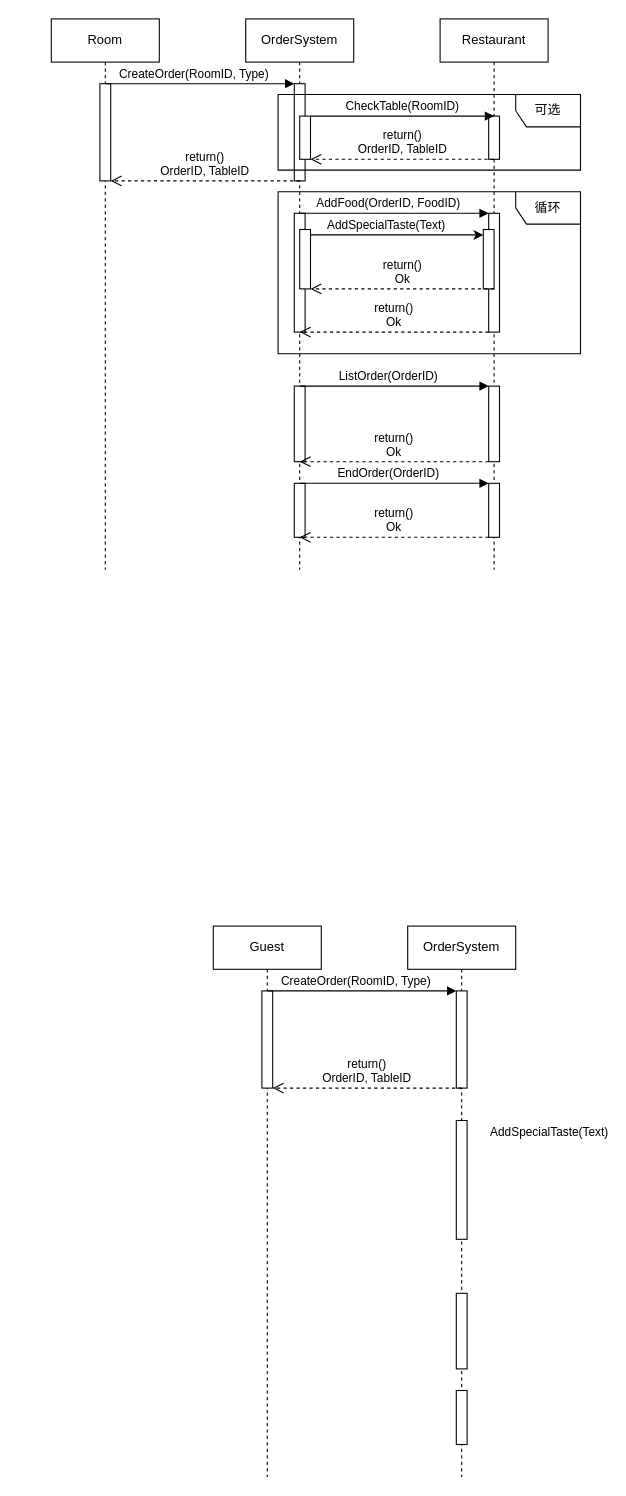
Earlier version of the draw.io diagram 餐饮SSD.drawio (lyhkk/Test). Source tidied: cells renumbered, new cells numbered last; positions are measured from the earlier drawing's top-left corner, leaving out a move shared by most shapes. Both pictures are drawn from the tidied source at 108%, with x=0, y=0 at pixel (51, 18).
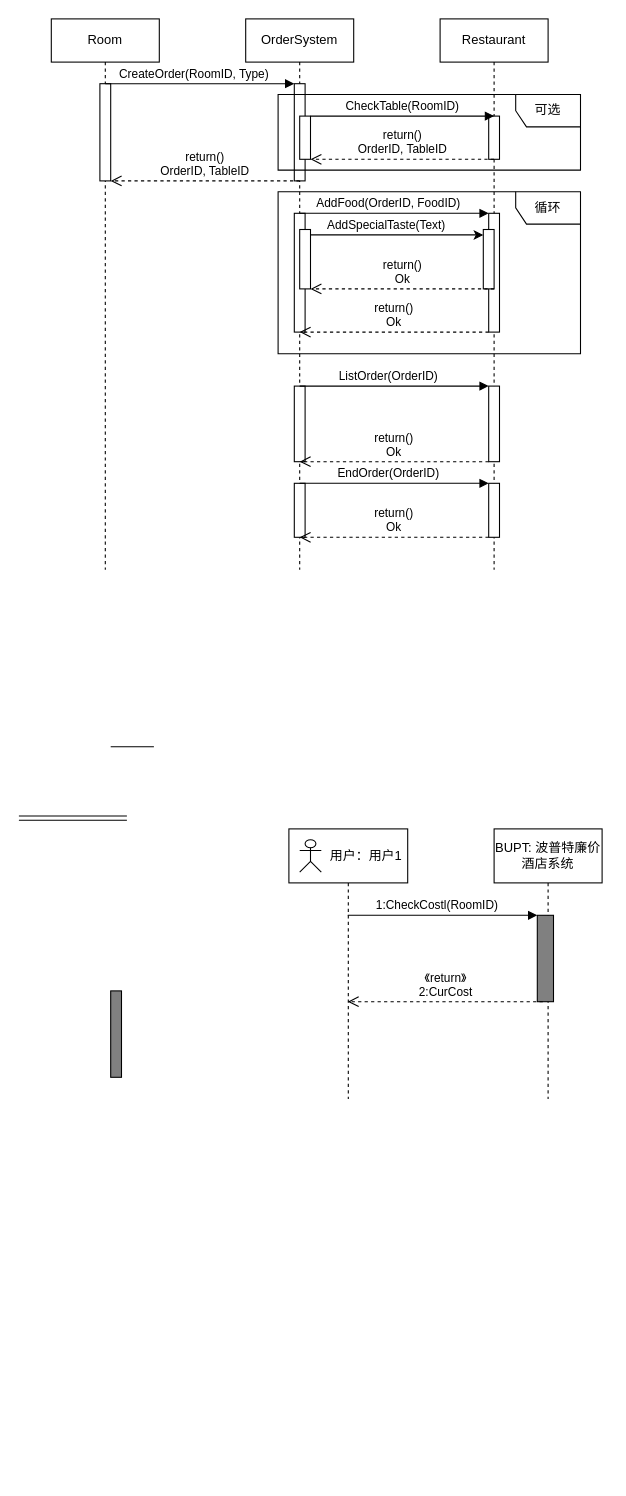
Above is the later version.

Change to the diagram source:
```diff
@@
-    <mxCell id="32" value="Guest" style="shape=umlLifeline;perimeter=lifelinePerimeter;whiteSpace=wrap;html=1;outlineConnect=0;portConstraint=eastwest;newEdgeStyle={&quot;edgeStyle&quot;:&quot;elbowEdgeStyle&quot;,&quot;elbow&quot;:&quot;vertical&quot;,&quot;curved&quot;:0,&quot;rounded&quot;:0};" parent="1" vertex="1">
-      <mxGeometry x="150" y="840" width="100" height="510" as="geometry" />
+    <mxCell id="32" value="&amp;nbsp; &amp;nbsp; &amp;nbsp; &amp;nbsp; &amp;nbsp; 用户：用户1" style="shape=umlLifeline;perimeter=lifelinePerimeter;whiteSpace=wrap;html=1;outlineConnect=0;portConstraint=eastwest;newEdgeStyle={&quot;edgeStyle&quot;:&quot;elbowEdgeStyle&quot;,&quot;elbow&quot;:&quot;vertical&quot;,&quot;curved&quot;:0,&quot;rounded&quot;:0};size=50;" parent="1" vertex="1">
+      <mxGeometry x="220" y="750" width="110" height="250" as="geometry" />
     </mxCell>
-    <mxCell id="33" style="html=1;perimeter=orthogonalPerimeter;targetShapes=umlLifeline;newEdgeStyle={&quot;edgeStyle&quot;:&quot;elbowEdgeStyle&quot;,&quot;elbow&quot;:&quot;vertical&quot;,&quot;curved&quot;:0,&quot;rounded&quot;:0};" parent="32" vertex="1">
-      <mxGeometry x="45" y="60" width="10" height="90" as="geometry" />
-    </mxCell>
-    <mxCell id="34" value="OrderSystem" style="shape=umlLifeline;perimeter=lifelinePerimeter;whiteSpace=wrap;html=1;newEdgeStyle={&quot;edgeStyle&quot;:&quot;elbowEdgeStyle&quot;,&quot;elbow&quot;:&quot;vertical&quot;,&quot;curved&quot;:0,&quot;rounded&quot;:0};" parent="1" vertex="1">
-      <mxGeometry x="330" y="840" width="100" height="510" as="geometry" />
+    <mxCell id="34" value="BUPT: 波普特廉价酒店系统" style="shape=umlLifeline;perimeter=lifelinePerimeter;whiteSpace=wrap;html=1;newEdgeStyle={&quot;edgeStyle&quot;:&quot;elbowEdgeStyle&quot;,&quot;elbow&quot;:&quot;vertical&quot;,&quot;curved&quot;:0,&quot;rounded&quot;:0};size=50;" parent="1" vertex="1">
+      <mxGeometry x="410" y="750" width="100" height="250" as="geometry" />
     </mxCell>
-    <mxCell id="35" style="html=1;points=[];perimeter=orthogonalPerimeter;outlineConnect=0;targetShapes=umlLifeline;portConstraint=eastwest;newEdgeStyle={&quot;edgeStyle&quot;:&quot;elbowEdgeStyle&quot;,&quot;elbow&quot;:&quot;vertical&quot;,&quot;curved&quot;:0,&quot;rounded&quot;:0};" parent="34" vertex="1">
-      <mxGeometry x="45" y="60" width="10" height="90" as="geometry" />
+    <mxCell id="35" style="html=1;points=[];perimeter=orthogonalPerimeter;outlineConnect=0;targetShapes=umlLifeline;portConstraint=eastwest;newEdgeStyle={&quot;edgeStyle&quot;:&quot;elbowEdgeStyle&quot;,&quot;elbow&quot;:&quot;vertical&quot;,&quot;curved&quot;:0,&quot;rounded&quot;:0};fillColor=#808080;" parent="34" vertex="1">
+      <mxGeometry x="40" y="80" width="15" height="80" as="geometry" />
     </mxCell>
-    <mxCell id="36" style="html=1;perimeter=orthogonalPerimeter;targetShapes=umlLifeline;newEdgeStyle={&quot;curved&quot;:0,&quot;rounded&quot;:0};" parent="34" vertex="1">
-      <mxGeometry x="45" y="180" width="10" height="110" as="geometry" />
-    </mxCell>
-    <mxCell id="37" style="html=1;perimeter=orthogonalPerimeter;targetShapes=umlLifeline;newEdgeStyle={&quot;curved&quot;:0,&quot;rounded&quot;:0};" parent="34" vertex="1">
-      <mxGeometry x="45" y="340" width="10" height="70" as="geometry" />
-    </mxCell>
-    <mxCell id="38" style="html=1;perimeter=orthogonalPerimeter;targetShapes=umlLifeline;newEdgeStyle={&quot;curved&quot;:0,&quot;rounded&quot;:0};" parent="34" vertex="1">
-      <mxGeometry x="45" y="430" width="10" height="50" as="geometry" />
-    </mxCell>
-    <mxCell id="39" value="CreateOrder(RoomID, Type)" style="html=1;verticalAlign=bottom;endArrow=block;edgeStyle=elbowEdgeStyle;elbow=vertical;curved=0;rounded=0;" parent="1" edge="1" target="35">
+    <mxCell id="39" value="1:CheckCostl(RoomID)" style="html=1;verticalAlign=bottom;endArrow=block;edgeStyle=elbowEdgeStyle;elbow=vertical;curved=0;rounded=0;" parent="1" edge="1" source="32" target="35">
       <mxGeometry x="-0.06" relative="1" as="geometry">
-        <mxPoint x="200" y="900" as="sourcePoint" />
         <Array as="points">
-          <mxPoint x="285" y="900" />
+          <mxPoint x="365" y="830" />
         </Array>
       </mxGeometry>
     </mxCell>
-    <mxCell id="40" value="return()&lt;div&gt;OrderID, TableID&lt;/div&gt;" style="html=1;verticalAlign=bottom;endArrow=open;dashed=1;endSize=8;edgeStyle=elbowEdgeStyle;elbow=vertical;curved=0;rounded=0;exitX=0.5;exitY=0.353;exitDx=0;exitDy=0;exitPerimeter=0;" parent="1" edge="1">
+    <mxCell id="40" value="《return》&lt;div&gt;2:CurCost&lt;/div&gt;" style="html=1;verticalAlign=bottom;endArrow=open;dashed=1;endSize=8;edgeStyle=elbowEdgeStyle;elbow=vertical;curved=0;rounded=0;exitX=0.5;exitY=0.353;exitDx=0;exitDy=0;exitPerimeter=0;" parent="1" edge="1" target="32">
       <mxGeometry relative="1" as="geometry">
-        <mxPoint x="380" y="990" as="sourcePoint" />
-        <mxPoint x="205" y="990" as="targetPoint" />
+        <mxPoint x="455.1" y="910" as="sourcePoint" />
         <Array as="points">
-          <mxPoint x="305" y="990" />
+          <mxPoint x="380.1" y="910" />
         </Array>
       </mxGeometry>
     </mxCell>
-    <mxCell id="41" value="AddSpecialTaste(Text)" style="edgeLabel;html=1;align=center;verticalAlign=middle;" parent="1" vertex="1">
-      <mxGeometry x="460" y="1030" as="geometry" />
-    </mxCell>
+    <mxCell id="42" style="line;strokeWidth=1;fillColor=none;align=left;verticalAlign=middle;spacingTop=-1;spacingLeft=3;spacingRight=3;labelPosition=right;strokeColor=inherit;" parent="1" vertex="1">
+      <mxGeometry x="55" y="670" width="40" height="8" as="geometry" />
+    </mxCell>
+    <mxCell id="43" style="shape=link;html=1;rounded=0;" parent="1" edge="1">
+      <mxGeometry relative="1" as="geometry">
+        <mxPoint x="-30" y="740" as="sourcePoint" />
+        <mxPoint x="70" y="740" as="targetPoint" />
+      </mxGeometry>
+    </mxCell>
+    <mxCell id="44" style="html=1;perimeter=orthogonalPerimeter;targetShapes=umlLifeline;newEdgeStyle={&quot;curved&quot;:0,&quot;rounded&quot;:0};fillColor=#808080;" parent="1" vertex="1">
+      <mxGeometry x="55" y="900" width="10" height="80" as="geometry" />
+    </mxCell>
+    <mxCell id="45" style="shape=umlActor;verticalLabelPosition=bottom;verticalAlign=top;html=1;" parent="1" vertex="1">
+      <mxGeometry x="230" y="760" width="20" height="30" as="geometry" />
+    </mxCell>
```
